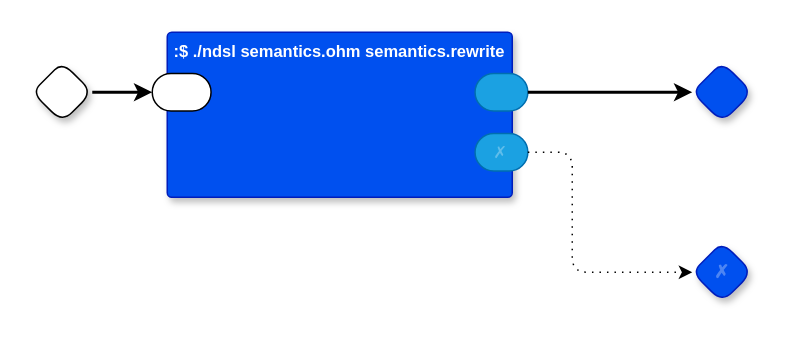
Before: page "Semantics Check" (11 of 30) of kernel/kernel.drawio in guitarvydas/pbp-dev, a draw.io diagram. Source tidied: cells renumbered, new cells numbered last; positions are measured from the earlier drawing's top-left corner, leaving out a move shared by most shapes. Both pictures are drawn from the tidied source at 150%, with x=0, y=0 at pixel (32, 32).
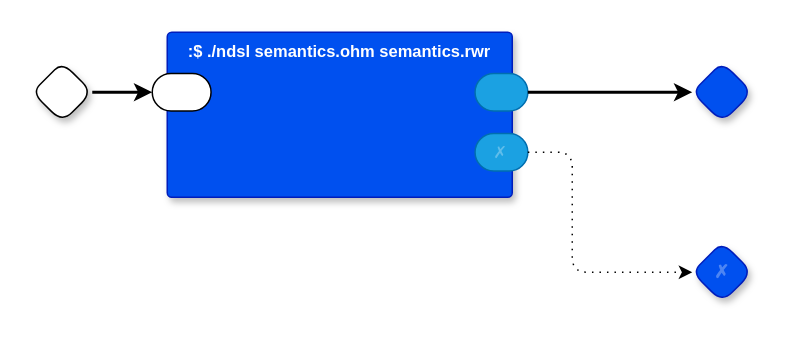
The same page after the edit.

Change to the diagram source:
```diff
@@
 <mxGraphModel>
   <root>
     <mxCell id="0" />
     <mxCell id="1" parent="0" />
     <mxCell id="2" style="rhombus;whiteSpace=wrap;html=1;rounded=1;fontStyle=1;glass=0;sketch=0;fontSize=12;points=[[0,0.5,0,0,0],[0.5,0,0,0,0],[0.5,1,0,0,0],[1,0.5,0,0,0]];shadow=1;fontFamily=Helvetica;fontColor=default;" parent="1" vertex="1">
       <mxGeometry y="20" width="40" height="40" as="geometry" />
     </mxCell>
     <mxCell id="3" style="rhombus;whiteSpace=wrap;html=1;rounded=1;fontStyle=1;glass=0;sketch=0;fontSize=12;points=[[0,0.5,0,0,0],[0.5,0,0,0,0],[0.5,1,0,0,0],[1,0.5,0,0,0]];shadow=1;fillColor=#0050ef;fontColor=#ffffff;strokeColor=#001DBC;fontFamily=Helvetica;" parent="1" vertex="1">
       <mxGeometry x="440" y="20" width="40" height="40" as="geometry" />
     </mxCell>
     <mxCell id="4" value="✗" style="rhombus;whiteSpace=wrap;html=1;rounded=1;fillColor=#0050ef;fontColor=#ffffff;strokeColor=#001DBC;fontStyle=1;glass=0;sketch=0;fontSize=12;points=[[0,0.5,0,0,0],[0.5,0,0,0,0],[0.5,1,0,0,0],[1,0.5,0,0,0]];shadow=1;textOpacity=30;" parent="1" vertex="1">
       <mxGeometry x="440" y="140" width="40" height="40" as="geometry" />
     </mxCell>
-    <mxCell id="5" value=":$ ./ndsl semantics.ohm semantics.rewrite" style="rounded=1;sketch=0;verticalAlign=top;arcSize=6;fontStyle=1;absoluteArcSize=1;shadow=1;strokeColor=#001DBC;fillColor=#0050ef;fontColor=#ffffff;fontFamily=Helvetica;fontSize=11;" parent="1" vertex="1">
+    <mxCell id="5" value=":$ ./ndsl semantics.ohm semantics.rwr" style="rounded=1;sketch=0;verticalAlign=top;arcSize=6;fontStyle=1;absoluteArcSize=1;shadow=1;strokeColor=#001DBC;fillColor=#0050ef;fontColor=#ffffff;fontFamily=Helvetica;fontSize=11;" parent="1" vertex="1">
       <mxGeometry x="90" width="230" height="110" as="geometry" />
     </mxCell>
     <mxCell id="6" style="rounded=1;whiteSpace=wrap;html=1;sketch=0;points=[[0,0.5,0,0,0],[1,0.5,0,0,0]];arcSize=50;fontFamily=Helvetica;fontSize=11;fontColor=default;" parent="5" vertex="1">
       <mxGeometry x="-10" y="27.5" width="39.2" height="25" as="geometry" />
     </mxCell>
     <mxCell id="7" style="rounded=1;whiteSpace=wrap;html=1;sketch=0;points=[[0,0.5,0,0,0],[1,0.5,0,0,0]];fillColor=#1ba1e2;fontColor=#ffffff;strokeColor=#006EAF;arcSize=50;fontFamily=Helvetica;fontSize=11;" parent="5" vertex="1">
       <mxGeometry x="205.2" y="27.5" width="35.2" height="25" as="geometry" />
     </mxCell>
     <mxCell id="8" value="✗" style="rounded=1;whiteSpace=wrap;html=1;sketch=0;points=[[0,0.5,0,0,0],[1,0.5,0,0,0]];fillColor=#1ba1e2;fontColor=#ffffff;strokeColor=#006EAF;arcSize=50;fontFamily=Helvetica;fontSize=11;textOpacity=30;" parent="5" vertex="1">
       <mxGeometry x="205.2" y="67.5" width="35.2" height="25" as="geometry" />
     </mxCell>
     <mxCell id="9" style="edgeStyle=orthogonalEdgeStyle;rounded=0;jettySize=auto;html=1;exitX=1;exitY=0.5;exitDx=0;exitDy=0;exitPerimeter=0;entryX=0;entryY=0.5;entryDx=0;entryDy=0;entryPerimeter=0;strokeWidth=2;" parent="1" edge="1" source="2" target="6">
       <mxGeometry relative="1" as="geometry" />
     </mxCell>
     <mxCell id="10" style="edgeStyle=orthogonalEdgeStyle;rounded=0;jettySize=auto;html=1;exitX=1;exitY=0.5;exitDx=0;exitDy=0;exitPerimeter=0;strokeWidth=2;entryX=0;entryY=0.5;entryDx=0;entryDy=0;entryPerimeter=0;" parent="1" edge="1" source="7" target="3">
       <mxGeometry relative="1" as="geometry" />
     </mxCell>
     <mxCell id="11" style="edgeStyle=orthogonalEdgeStyle;rounded=1;jettySize=auto;html=1;exitX=1;exitY=0.5;exitDx=0;exitDy=0;exitPerimeter=0;entryX=0;entryY=0.5;entryDx=0;entryDy=0;entryPerimeter=0;curved=0;dashed=1;dashPattern=1 4;" parent="1" edge="1" source="8" target="4">
       <mxGeometry relative="1" as="geometry">
         <Array as="points">
           <mxPoint x="360" y="80" />
           <mxPoint x="360" y="160" />
         </Array>
       </mxGeometry>
     </mxCell>
   </root>
 </mxGraphModel>
```
